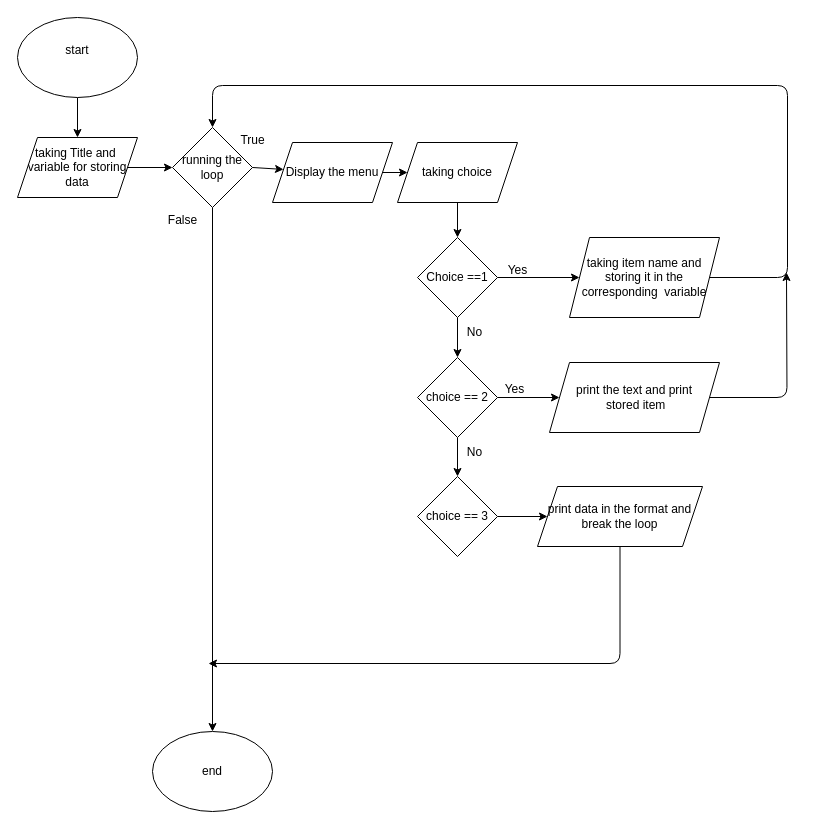
Before: main.dio in 0xSparky/ENTRY_TICKET, a draw.io diagram. Source tidied: cells renumbered, new cells numbered last; positions are measured from the earlier drawing's top-left corner, leaving out a move shared by most shapes. Both pictures are drawn from the tidied source at 100%, with x=0, y=0 at pixel (17, 17).
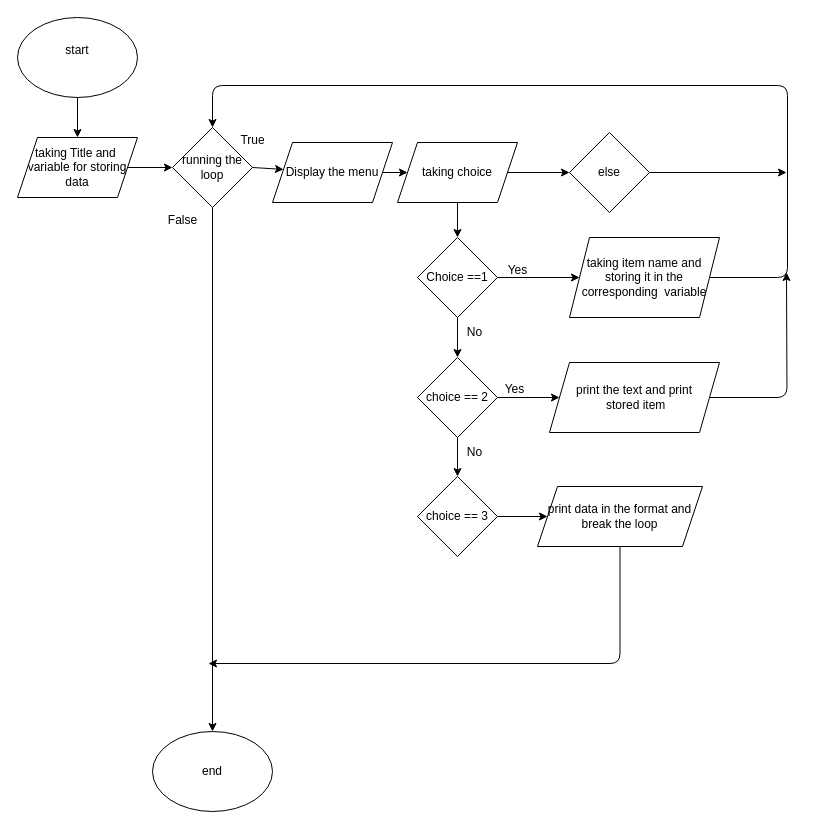
The same diagram, later.

Unchanged cells that the change refers to:
```xml
<mxCell id="11" value="taking choice" style="shape=parallelogram;perimeter=parallelogramPerimeter;whiteSpace=wrap;html=1;fixedSize=1;" parent="1" vertex="1">
  <mxGeometry x="380" y="125" width="120" height="60" as="geometry" />
</mxCell>
```

Diff of the diagram source:
```diff
@@
+    <mxCell id="34" style="edgeStyle=none;html=1;entryX=0;entryY=0.5;entryDx=0;entryDy=0;" parent="1" edge="1" source="11" target="36">
+      <mxGeometry relative="1" as="geometry" />
+    </mxCell>
@@
+    <mxCell id="35" style="edgeStyle=none;html=1;" parent="1" edge="1" source="36">
+      <mxGeometry relative="1" as="geometry">
+        <mxPoint x="769" y="155" as="targetPoint" />
+      </mxGeometry>
+    </mxCell>
+    <mxCell id="36" value="else" style="rhombus;whiteSpace=wrap;html=1;" parent="1" vertex="1">
+      <mxGeometry x="552" y="115" width="80" height="80" as="geometry" />
+    </mxCell>
```
